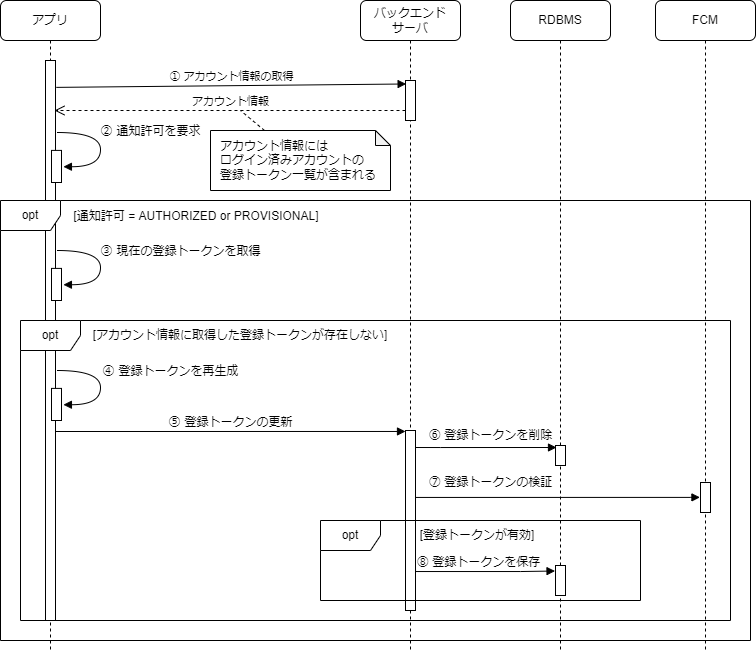
Earlier version of the draw.io export website/docs/react-native/santoku/application-architecture/push-notification/register-token.drawio.png (ws-4020/mobile-app-crib-notes). Source tidied: cells renumbered, new cells last; positions are measured from the earlier drawing's top-left corner, leaving out a move shared by most shapes.
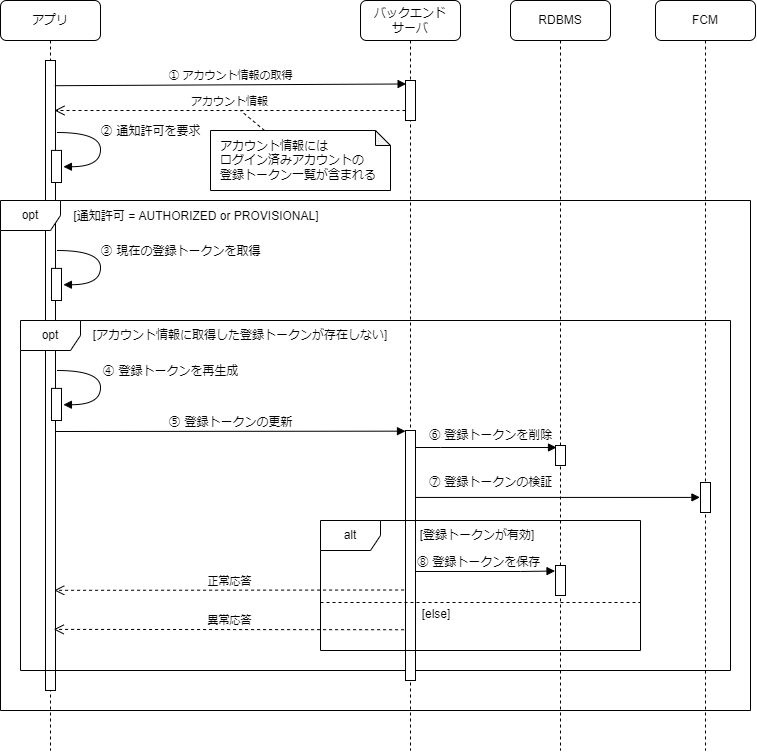
Above is the later version.

Commit message:
更新後の登録トークンが無効な場合の記述を追加

Change to the diagram source:
```diff
@@ -3,10 +3,10 @@
     <mxCell id="0" />
     <mxCell id="1" parent="0" />
     <mxCell id="2" value="アプリ" style="shape=umlLifeline;perimeter=lifelinePerimeter;whiteSpace=wrap;html=1;rounded=1;shadow=0;comic=0;labelBackgroundColor=none;strokeWidth=1;fontFamily=Verdana;fontSize=12;align=center;" parent="1" vertex="1">
-      <mxGeometry width="100" height="650" as="geometry" />
+      <mxGeometry width="100" height="750" as="geometry" />
     </mxCell>
     <mxCell id="3" style="html=1;points=[];perimeter=orthogonalPerimeter;rounded=0;shadow=0;comic=0;labelBackgroundColor=none;strokeWidth=1;fontFamily=Verdana;fontSize=12;align=center;" parent="2" vertex="1">
-      <mxGeometry x="45" y="60" width="10" height="560" as="geometry" />
+      <mxGeometry x="45" y="60" width="10" height="630" as="geometry" />
     </mxCell>
     <mxCell id="4" style="html=1;points=[];perimeter=orthogonalPerimeter;rounded=0;shadow=0;comic=0;labelBackgroundColor=none;strokeWidth=1;fontFamily=Verdana;fontSize=12;align=center;" parent="2" vertex="1">
       <mxGeometry x="51" y="149.9" width="10" height="32.1" as="geometry" />
@@ -21,22 +21,22 @@
       </mxGeometry>
     </mxCell>
     <mxCell id="6" value="opt" style="shape=umlFrame;whiteSpace=wrap;html=1;" parent="1" vertex="1">
-      <mxGeometry x="20" y="320" width="710" height="300" as="geometry" />
+      <mxGeometry x="20" y="320" width="710" height="350" as="geometry" />
     </mxCell>
     <mxCell id="7" value="opt" style="shape=umlFrame;whiteSpace=wrap;html=1;" parent="1" vertex="1">
-      <mxGeometry y="200" width="750" height="440" as="geometry" />
+      <mxGeometry y="200" width="750" height="510" as="geometry" />
     </mxCell>
     <mxCell id="8" value="バックエンド&lt;br&gt;サーバ" style="shape=umlLifeline;perimeter=lifelinePerimeter;whiteSpace=wrap;html=1;rounded=1;shadow=0;comic=0;labelBackgroundColor=none;strokeWidth=1;fontFamily=Verdana;fontSize=12;align=center;" parent="1" vertex="1">
-      <mxGeometry x="360" width="100" height="650" as="geometry" />
+      <mxGeometry x="360" width="100" height="750" as="geometry" />
     </mxCell>
     <mxCell id="9" style="html=1;points=[];perimeter=orthogonalPerimeter;rounded=0;shadow=0;comic=0;labelBackgroundColor=none;strokeWidth=1;fontFamily=Verdana;fontSize=12;align=center;" parent="8" vertex="1">
-      <mxGeometry x="45" y="430" width="10" height="180" as="geometry" />
+      <mxGeometry x="45" y="430" width="10" height="250" as="geometry" />
     </mxCell>
     <mxCell id="10" style="html=1;points=[];perimeter=orthogonalPerimeter;" parent="8" vertex="1">
       <mxGeometry x="45" y="80" width="10" height="40" as="geometry" />
     </mxCell>
-    <mxCell id="11" value="opt" style="shape=umlFrame;whiteSpace=wrap;html=1;" parent="1" vertex="1">
-      <mxGeometry x="320" y="520" width="320" height="80" as="geometry" />
+    <mxCell id="11" value="alt" style="shape=umlFrame;whiteSpace=wrap;html=1;" parent="1" vertex="1">
+      <mxGeometry x="320" y="520" width="320" height="130" as="geometry" />
     </mxCell>
     <mxCell id="12" value="⑤ 登録トークンの更新" style="html=1;verticalAlign=bottom;endArrow=block;entryX=0;entryY=0;labelBackgroundColor=none;fontFamily=Verdana;fontSize=12;edgeStyle=elbowEdgeStyle;elbow=vertical;" parent="1" edge="1">
       <mxGeometry relative="1" as="geometry">
@@ -47,7 +47,7 @@
     <mxCell id="13" value="[通知許可 = AUTHORIZED or PROVISIONAL]" style="text;html=1;strokeColor=none;fillColor=none;align=center;verticalAlign=middle;whiteSpace=wrap;rounded=0;" parent="1" vertex="1">
       <mxGeometry x="61" y="201" width="270" height="30" as="geometry" />
     </mxCell>
-    <mxCell id="14" value="① アカウント情報の取得" style="html=1;verticalAlign=bottom;endArrow=block;entryX=0.062;entryY=0.087;rounded=0;exitX=1.076;exitY=0.048;exitDx=0;exitDy=0;exitPerimeter=0;entryDx=0;entryDy=0;entryPerimeter=0;" parent="1" edge="1" source="3" target="10">
+    <mxCell id="14" value="① アカウント情報の取得" style="html=1;verticalAlign=bottom;endArrow=block;entryX=0.062;entryY=0.087;rounded=0;entryDx=0;entryDy=0;entryPerimeter=0;exitX=0.928;exitY=0.04;exitDx=0;exitDy=0;exitPerimeter=0;" parent="1" edge="1" source="3" target="10">
       <mxGeometry relative="1" as="geometry" />
     </mxCell>
     <mxCell id="15" value="アカウント情報" style="html=1;verticalAlign=bottom;endArrow=open;dashed=1;endSize=8;exitX=0;exitY=0.95;rounded=0;entryX=0.9;entryY=0.2;entryDx=0;entryDy=0;entryPerimeter=0;" parent="1" edge="1">
@@ -122,13 +122,13 @@
       </mxGeometry>
     </mxCell>
     <mxCell id="27" value="FCM" style="shape=umlLifeline;perimeter=lifelinePerimeter;whiteSpace=wrap;html=1;rounded=1;" parent="1" vertex="1">
-      <mxGeometry x="655" width="100" height="650" as="geometry" />
+      <mxGeometry x="655" width="100" height="750" as="geometry" />
     </mxCell>
     <mxCell id="28" style="html=1;points=[];perimeter=orthogonalPerimeter;rounded=0;" parent="27" vertex="1">
       <mxGeometry x="45" y="482" width="10" height="30" as="geometry" />
     </mxCell>
     <mxCell id="29" value="RDBMS" style="shape=umlLifeline;perimeter=lifelinePerimeter;whiteSpace=wrap;html=1;rounded=1;" parent="1" vertex="1">
-      <mxGeometry x="510" width="100" height="650" as="geometry" />
+      <mxGeometry x="510" width="100" height="750" as="geometry" />
     </mxCell>
     <mxCell id="30" style="html=1;points=[];perimeter=orthogonalPerimeter;rounded=0;" parent="29" vertex="1">
       <mxGeometry x="45" y="565" width="10" height="30" as="geometry" />
@@ -136,5 +136,17 @@
     <mxCell id="31" style="html=1;perimeter=orthogonalPerimeter;rounded=0;fontSize=12;" parent="1" vertex="1">
       <mxGeometry x="555" y="445" width="10" height="20" as="geometry" />
     </mxCell>
+    <mxCell id="32" style="line;strokeWidth=1;fillColor=none;align=left;verticalAlign=middle;spacingTop=-1;spacingLeft=3;spacingRight=3;labelPosition=right;dashed=1;" parent="1" vertex="1">
+      <mxGeometry x="320" y="598" width="320" height="8" as="geometry" />
+    </mxCell>
+    <mxCell id="33" value="正常応答" style="html=1;verticalAlign=bottom;endArrow=open;dashed=1;endSize=8;rounded=0;exitX=-0.141;exitY=0.638;exitDx=0;exitDy=0;exitPerimeter=0;entryX=0.873;entryY=0.841;entryDx=0;entryDy=0;entryPerimeter=0;" parent="1" edge="1" source="9" target="3">
+      <mxGeometry relative="1" as="geometry" />
+    </mxCell>
+    <mxCell id="34" value="異常応答" style="html=1;verticalAlign=bottom;endArrow=open;dashed=1;endSize=8;exitX=-0.141;exitY=0.797;rounded=0;exitDx=0;exitDy=0;exitPerimeter=0;entryX=0.82;entryY=0.903;entryDx=0;entryDy=0;entryPerimeter=0;" parent="1" edge="1" source="9" target="3">
+      <mxGeometry relative="1" as="geometry" />
+    </mxCell>
+    <mxCell id="35" value="[else]" style="text;html=1;strokeColor=none;fillColor=none;align=center;verticalAlign=middle;whiteSpace=wrap;rounded=0;" parent="1" vertex="1">
+      <mxGeometry x="412" y="599" width="48" height="30" as="geometry" />
+    </mxCell>
   </root>
 </mxGraphModel>
```
